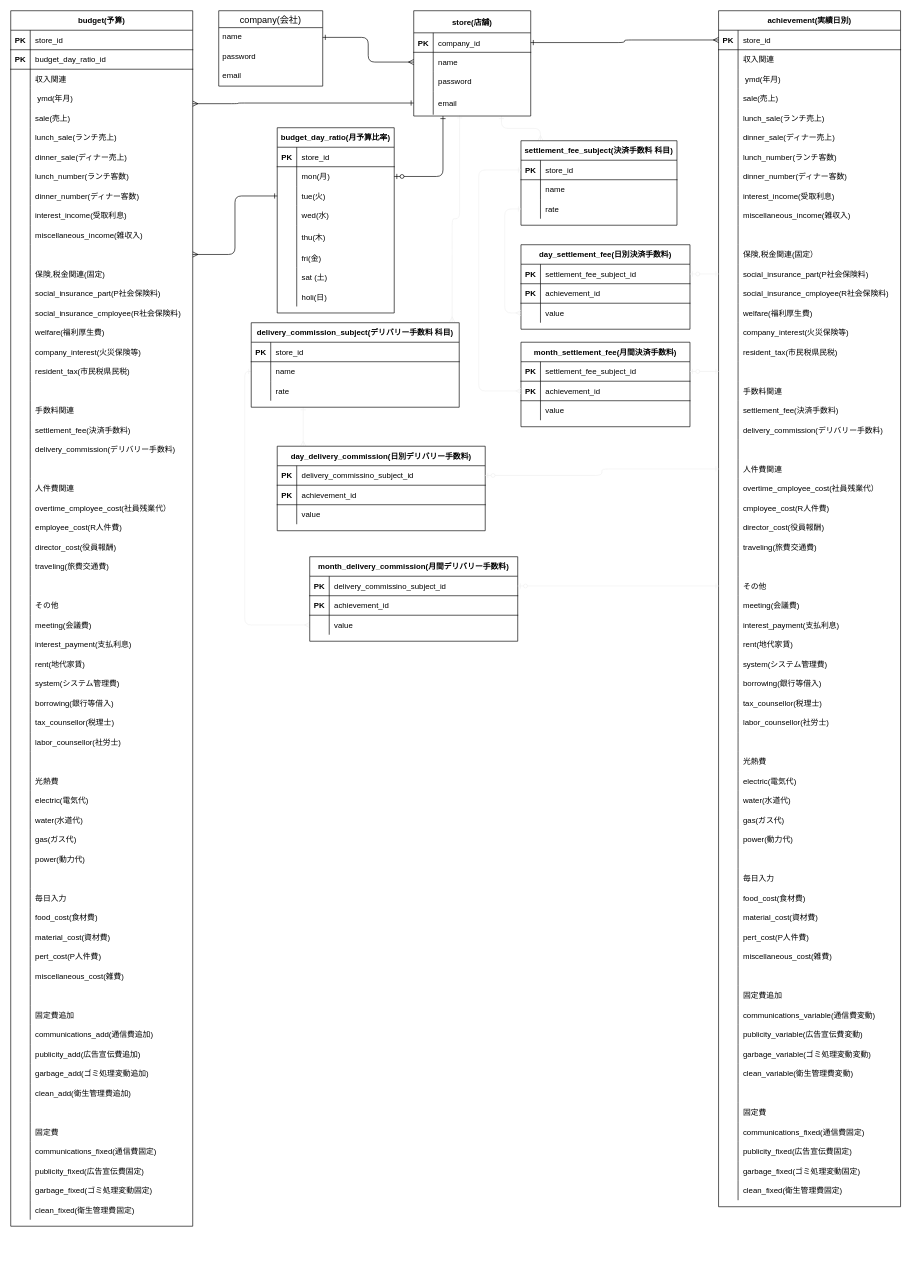
Earlier version of the draw.io diagram ER図.dio (yanagi0306/profit_loss). Source tidied: cells renumbered, new cells numbered last; positions are measured from the earlier drawing's top-left corner, leaving out a move shared by most shapes. Both pictures are drawn from the tidied source at 65%, with x=0, y=0 at pixel (10, 10).
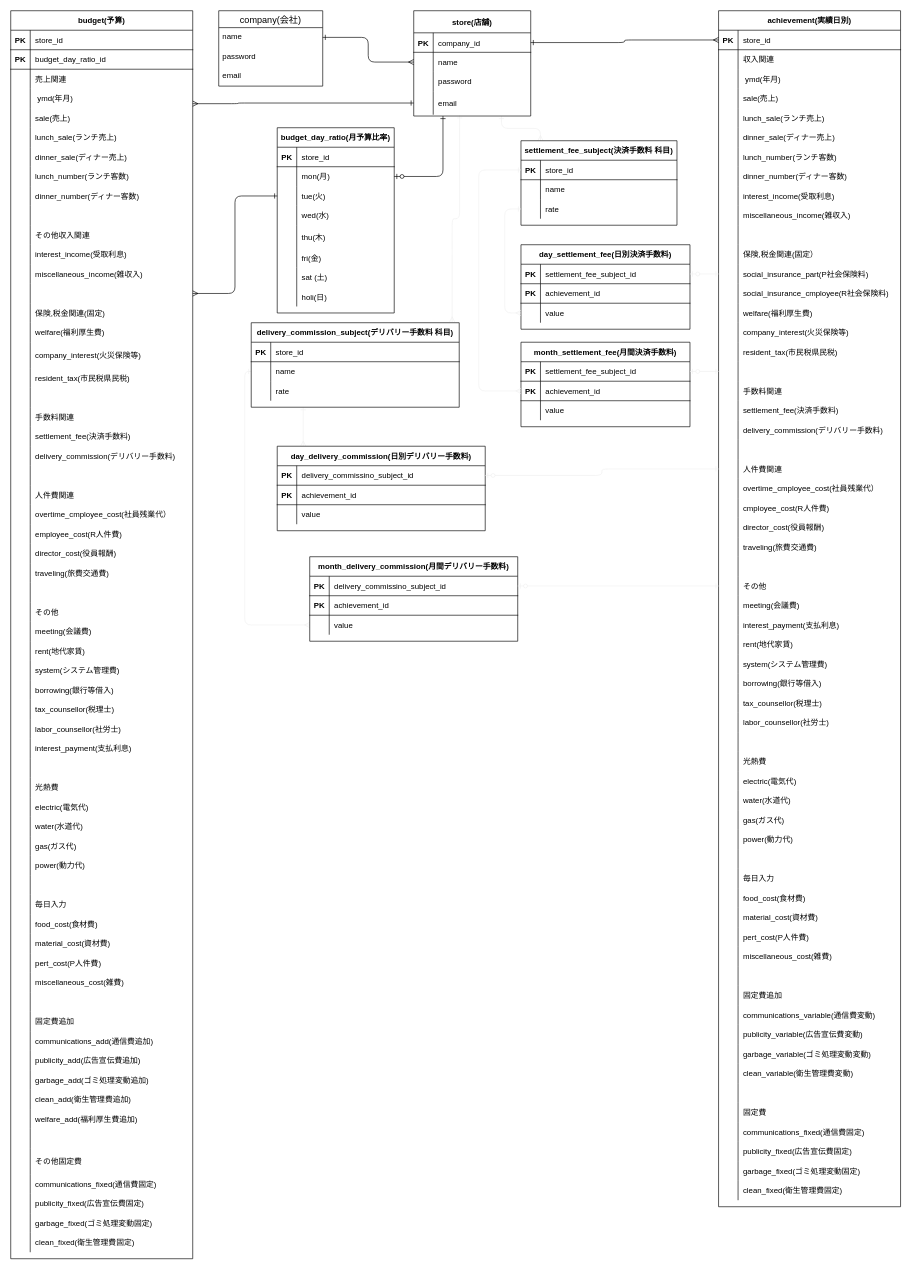
Above is the later version.

Unchanged cells that the change refers to:
```xml
<mxCell id="31" style="shape=partialRectangle;fillColor=none;top=0;left=0;bottom=0;right=0;" parent="24" vertex="1">
  <mxGeometry y="90" width="280" height="30" as="geometry" />
</mxCell>
```

The edit, as a diff of the source:
```diff
@@
     <mxCell id="24" value="budget(予算)" style="shape=table;startSize=30;childLayout=tableLayout;rowLines=0;fontStyle=1;align=center;" parent="1" vertex="1">
-      <mxGeometry width="280" height="1870" as="geometry" />
+      <mxGeometry width="280" height="1920" as="geometry" />
     </mxCell>
@@
-    <mxCell id="33" value="収入関連" style="shape=partialRectangle;fillColor=none;top=0;left=0;bottom=0;right=0;align=left;spacingLeft=6;overflow=hidden;" parent="31" vertex="1">
+    <mxCell id="33" value="売上関連" style="shape=partialRectangle;fillColor=none;top=0;left=0;bottom=0;right=0;align=left;spacingLeft=6;overflow=hidden;" parent="31" vertex="1">
       <mxGeometry x="30" width="250" height="30" as="geometry" />
     </mxCell>
@@
+    <mxCell id="485" style="shape=partialRectangle;fillColor=none;top=0;left=0;bottom=0;right=0;" parent="24" vertex="1">
+      <mxGeometry y="300" width="280" height="30" as="geometry" />
+    </mxCell>
+    <mxCell id="486" style="shape=partialRectangle;fillColor=none;top=0;left=0;bottom=0;right=0;overflow=hidden;" parent="485" vertex="1">
+      <mxGeometry width="30" height="30" as="geometry" />
+    </mxCell>
+    <mxCell id="487" style="shape=partialRectangle;fillColor=none;top=0;left=0;bottom=0;right=0;align=left;spacingLeft=6;overflow=hidden;" parent="485" vertex="1">
+      <mxGeometry x="30" width="250" height="30" as="geometry" />
+    </mxCell>
+    <mxCell id="488" style="shape=partialRectangle;fillColor=none;top=0;left=0;bottom=0;right=0;" parent="24" vertex="1">
+      <mxGeometry y="330" width="280" height="30" as="geometry" />
+    </mxCell>
+    <mxCell id="489" style="shape=partialRectangle;fillColor=none;top=0;left=0;bottom=0;right=0;overflow=hidden;" parent="488" vertex="1">
+      <mxGeometry width="30" height="30" as="geometry" />
+    </mxCell>
+    <mxCell id="490" value="その他収入関連" style="shape=partialRectangle;fillColor=none;top=0;left=0;bottom=0;right=0;align=left;spacingLeft=6;overflow=hidden;" parent="488" vertex="1">
+      <mxGeometry x="30" width="250" height="30" as="geometry" />
+    </mxCell>
     <mxCell id="52" style="shape=partialRectangle;fillColor=none;top=0;left=0;bottom=0;right=0;" parent="24" vertex="1">
-      <mxGeometry y="300" width="280" height="30" as="geometry" />
+      <mxGeometry y="360" width="280" height="30" as="geometry" />
     </mxCell>
@@
     <mxCell id="55" style="shape=partialRectangle;fillColor=none;top=0;left=0;bottom=0;right=0;" parent="24" vertex="1">
-      <mxGeometry y="330" width="280" height="30" as="geometry" />
+      <mxGeometry y="390" width="280" height="30" as="geometry" />
     </mxCell>
@@
     <mxCell id="58" style="shape=partialRectangle;fillColor=none;top=0;left=0;bottom=0;right=0;points=[[0,0.5],[1,0.5]];portConstraint=eastwest;" parent="24" vertex="1">
-      <mxGeometry y="360" width="280" height="30" as="geometry" />
+      <mxGeometry y="420" width="280" height="30" as="geometry" />
     </mxCell>
@@
     <mxCell id="61" style="shape=partialRectangle;fillColor=none;top=0;left=0;bottom=0;right=0;" parent="24" vertex="1">
-      <mxGeometry y="390" width="280" height="30" as="geometry" />
+      <mxGeometry y="450" width="280" height="30" as="geometry" />
     </mxCell>
@@
-    <mxCell id="64" style="shape=partialRectangle;fillColor=none;top=0;left=0;bottom=0;right=0;" parent="24" vertex="1">
-      <mxGeometry y="420" width="280" height="30" as="geometry" />
-    </mxCell>
-    <mxCell id="65" style="shape=partialRectangle;fillColor=none;top=0;left=0;bottom=0;right=0;overflow=hidden;" parent="64" vertex="1">
-      <mxGeometry width="30" height="30" as="geometry" />
-    </mxCell>
-    <mxCell id="66" value="social_insurance_part(P社会保険料)" style="shape=partialRectangle;fillColor=none;top=0;left=0;bottom=0;right=0;align=left;spacingLeft=6;overflow=hidden;" parent="64" vertex="1">
-      <mxGeometry x="30" width="250" height="30" as="geometry" />
-    </mxCell>
-    <mxCell id="67" style="shape=partialRectangle;fillColor=none;top=0;left=0;bottom=0;right=0;" parent="24" vertex="1">
-      <mxGeometry y="450" width="280" height="30" as="geometry" />
-    </mxCell>
-    <mxCell id="68" style="shape=partialRectangle;fillColor=none;top=0;left=0;bottom=0;right=0;overflow=hidden;" parent="67" vertex="1">
-      <mxGeometry width="30" height="30" as="geometry" />
-    </mxCell>
-    <mxCell id="69" value="social_insurance_cmployee(R社会保険料)" style="shape=partialRectangle;fillColor=none;top=0;left=0;bottom=0;right=0;align=left;spacingLeft=6;overflow=hidden;" parent="67" vertex="1">
-      <mxGeometry x="30" width="250" height="30" as="geometry" />
-    </mxCell>
@@
     <mxCell id="73" style="shape=partialRectangle;fillColor=none;top=0;left=0;bottom=0;right=0;" parent="24" vertex="1">
-      <mxGeometry y="510" width="280" height="30" as="geometry" />
+      <mxGeometry y="510" width="280" height="40" as="geometry" />
     </mxCell>
     <mxCell id="74" style="shape=partialRectangle;fillColor=none;top=0;left=0;bottom=0;right=0;overflow=hidden;" parent="73" vertex="1">
-      <mxGeometry width="30" height="30" as="geometry" />
+      <mxGeometry width="30" height="40" as="geometry" />
     </mxCell>
     <mxCell id="75" value="company_interest(火災保険等)" style="shape=partialRectangle;fillColor=none;top=0;left=0;bottom=0;right=0;align=left;spacingLeft=6;overflow=hidden;" parent="73" vertex="1">
-      <mxGeometry x="30" width="250" height="30" as="geometry" />
+      <mxGeometry x="30" width="250" height="40" as="geometry" />
     </mxCell>
     <mxCell id="76" style="shape=partialRectangle;fillColor=none;top=0;left=0;bottom=0;right=0;" parent="24" vertex="1">
-      <mxGeometry y="540" width="280" height="30" as="geometry" />
+      <mxGeometry y="550" width="280" height="30" as="geometry" />
     </mxCell>
@@
     <mxCell id="79" style="shape=partialRectangle;fillColor=none;top=0;left=0;bottom=0;right=0;" parent="24" vertex="1">
-      <mxGeometry y="570" width="280" height="30" as="geometry" />
+      <mxGeometry y="580" width="280" height="30" as="geometry" />
     </mxCell>
@@
     <mxCell id="82" style="shape=partialRectangle;fillColor=none;top=0;left=0;bottom=0;right=0;" parent="24" vertex="1">
-      <mxGeometry y="600" width="280" height="30" as="geometry" />
+      <mxGeometry y="610" width="280" height="30" as="geometry" />
     </mxCell>
@@
     <mxCell id="85" style="shape=partialRectangle;fillColor=none;top=0;left=0;bottom=0;right=0;" parent="24" vertex="1">
-      <mxGeometry y="630" width="280" height="30" as="geometry" />
+      <mxGeometry y="640" width="280" height="30" as="geometry" />
     </mxCell>
@@
     <mxCell id="88" style="shape=partialRectangle;fillColor=none;top=0;left=0;bottom=0;right=0;" parent="24" vertex="1">
-      <mxGeometry y="660" width="280" height="30" as="geometry" />
+      <mxGeometry y="670" width="280" height="30" as="geometry" />
     </mxCell>
@@
     <mxCell id="91" style="shape=partialRectangle;fillColor=none;top=0;left=0;bottom=0;right=0;" parent="24" vertex="1">
-      <mxGeometry y="690" width="280" height="30" as="geometry" />
+      <mxGeometry y="700" width="280" height="30" as="geometry" />
     </mxCell>
@@
     <mxCell id="94" style="shape=partialRectangle;fillColor=none;top=0;left=0;bottom=0;right=0;" parent="24" vertex="1">
-      <mxGeometry y="720" width="280" height="30" as="geometry" />
+      <mxGeometry y="730" width="280" height="30" as="geometry" />
     </mxCell>
@@
     <mxCell id="97" style="shape=partialRectangle;fillColor=none;top=0;left=0;bottom=0;right=0;" parent="24" vertex="1">
-      <mxGeometry y="750" width="280" height="30" as="geometry" />
+      <mxGeometry y="760" width="280" height="30" as="geometry" />
     </mxCell>
@@
     <mxCell id="100" style="shape=partialRectangle;fillColor=none;top=0;left=0;bottom=0;right=0;" parent="24" vertex="1">
-      <mxGeometry y="780" width="280" height="30" as="geometry" />
+      <mxGeometry y="790" width="280" height="30" as="geometry" />
     </mxCell>
@@
     <mxCell id="103" style="shape=partialRectangle;fillColor=none;top=0;left=0;bottom=0;right=0;" parent="24" vertex="1">
-      <mxGeometry y="810" width="280" height="30" as="geometry" />
+      <mxGeometry y="820" width="280" height="30" as="geometry" />
     </mxCell>
@@
     <mxCell id="106" style="shape=partialRectangle;fillColor=none;top=0;left=0;bottom=0;right=0;" parent="24" vertex="1">
-      <mxGeometry y="840" width="280" height="30" as="geometry" />
+      <mxGeometry y="850" width="280" height="30" as="geometry" />
     </mxCell>
@@
     <mxCell id="109" style="shape=partialRectangle;fillColor=none;top=0;left=0;bottom=0;right=0;" parent="24" vertex="1">
-      <mxGeometry y="870" width="280" height="30" as="geometry" />
+      <mxGeometry y="880" width="280" height="30" as="geometry" />
     </mxCell>
@@
     <mxCell id="112" style="shape=partialRectangle;fillColor=none;top=0;left=0;bottom=0;right=0;" parent="24" vertex="1">
-      <mxGeometry y="900" width="280" height="30" as="geometry" />
+      <mxGeometry y="910" width="280" height="30" as="geometry" />
     </mxCell>
@@
     <mxCell id="115" style="shape=partialRectangle;fillColor=none;top=0;left=0;bottom=0;right=0;" parent="24" vertex="1">
-      <mxGeometry y="930" width="280" height="30" as="geometry" />
+      <mxGeometry y="940" width="280" height="30" as="geometry" />
     </mxCell>
@@
-    <mxCell id="118" style="shape=partialRectangle;fillColor=none;top=0;left=0;bottom=0;right=0;" parent="24" vertex="1">
-      <mxGeometry y="960" width="280" height="30" as="geometry" />
-    </mxCell>
-    <mxCell id="119" style="shape=partialRectangle;fillColor=none;top=0;left=0;bottom=0;right=0;overflow=hidden;" parent="118" vertex="1">
-      <mxGeometry width="30" height="30" as="geometry" />
-    </mxCell>
-    <mxCell id="120" value="interest_payment(支払利息)" style="shape=partialRectangle;fillColor=none;top=0;left=0;bottom=0;right=0;align=left;spacingLeft=6;overflow=hidden;" parent="118" vertex="1">
-      <mxGeometry x="30" width="250" height="30" as="geometry" />
-    </mxCell>
     <mxCell id="121" style="shape=partialRectangle;fillColor=none;top=0;left=0;bottom=0;right=0;" parent="24" vertex="1">
-      <mxGeometry y="990" width="280" height="30" as="geometry" />
+      <mxGeometry y="970" width="280" height="30" as="geometry" />
     </mxCell>
@@
     <mxCell id="124" style="shape=partialRectangle;fillColor=none;top=0;left=0;bottom=0;right=0;" parent="24" vertex="1">
-      <mxGeometry y="1020" width="280" height="30" as="geometry" />
+      <mxGeometry y="1000" width="280" height="30" as="geometry" />
     </mxCell>
@@
     <mxCell id="127" style="shape=partialRectangle;fillColor=none;top=0;left=0;bottom=0;right=0;" parent="24" vertex="1">
-      <mxGeometry y="1050" width="280" height="30" as="geometry" />
+      <mxGeometry y="1030" width="280" height="30" as="geometry" />
     </mxCell>
@@
     <mxCell id="130" style="shape=partialRectangle;fillColor=none;top=0;left=0;bottom=0;right=0;" parent="24" vertex="1">
-      <mxGeometry y="1080" width="280" height="30" as="geometry" />
+      <mxGeometry y="1060" width="280" height="30" as="geometry" />
     </mxCell>
@@
+    <mxCell id="491" style="shape=partialRectangle;fillColor=none;top=0;left=0;bottom=0;right=0;" parent="24" vertex="1">
+      <mxGeometry y="1090" width="280" height="30" as="geometry" />
+    </mxCell>
+    <mxCell id="492" style="shape=partialRectangle;fillColor=none;top=0;left=0;bottom=0;right=0;overflow=hidden;" parent="491" vertex="1">
+      <mxGeometry width="30" height="30" as="geometry" />
+    </mxCell>
+    <mxCell id="493" value="labor_counsellor(社労士)" style="shape=partialRectangle;fillColor=none;top=0;left=0;bottom=0;right=0;align=left;spacingLeft=6;overflow=hidden;" parent="491" vertex="1">
+      <mxGeometry x="30" width="250" height="30" as="geometry" />
+    </mxCell>
     <mxCell id="133" style="shape=partialRectangle;fillColor=none;top=0;left=0;bottom=0;right=0;" parent="24" vertex="1">
-      <mxGeometry y="1110" width="280" height="30" as="geometry" />
+      <mxGeometry y="1120" width="280" height="30" as="geometry" />
     </mxCell>
@@
-    <mxCell id="135" value="labor_counsellor(社労士)" style="shape=partialRectangle;fillColor=none;top=0;left=0;bottom=0;right=0;align=left;spacingLeft=6;overflow=hidden;" parent="133" vertex="1">
+    <mxCell id="135" value="interest_payment(支払利息)" style="shape=partialRectangle;fillColor=none;top=0;left=0;bottom=0;right=0;align=left;spacingLeft=6;overflow=hidden;" parent="133" vertex="1">
       <mxGeometry x="30" width="250" height="30" as="geometry" />
     </mxCell>
     <mxCell id="136" style="shape=partialRectangle;fillColor=none;top=0;left=0;bottom=0;right=0;" parent="24" vertex="1">
-      <mxGeometry y="1140" width="280" height="30" as="geometry" />
+      <mxGeometry y="1150" width="280" height="30" as="geometry" />
     </mxCell>
@@
     <mxCell id="139" style="shape=partialRectangle;fillColor=none;top=0;left=0;bottom=0;right=0;" parent="24" vertex="1">
-      <mxGeometry y="1170" width="280" height="30" as="geometry" />
+      <mxGeometry y="1180" width="280" height="30" as="geometry" />
     </mxCell>
@@
     <mxCell id="142" style="shape=partialRectangle;fillColor=none;top=0;left=0;bottom=0;right=0;" parent="24" vertex="1">
-      <mxGeometry y="1200" width="280" height="30" as="geometry" />
+      <mxGeometry y="1210" width="280" height="30" as="geometry" />
     </mxCell>
@@
     <mxCell id="145" style="shape=partialRectangle;fillColor=none;top=0;left=0;bottom=0;right=0;" parent="24" vertex="1">
-      <mxGeometry y="1230" width="280" height="30" as="geometry" />
+      <mxGeometry y="1240" width="280" height="30" as="geometry" />
     </mxCell>
@@
     <mxCell id="148" style="shape=partialRectangle;fillColor=none;top=0;left=0;bottom=0;right=0;" parent="24" vertex="1">
-      <mxGeometry y="1260" width="280" height="30" as="geometry" />
+      <mxGeometry y="1270" width="280" height="30" as="geometry" />
     </mxCell>
@@
     <mxCell id="151" style="shape=partialRectangle;fillColor=none;top=0;left=0;bottom=0;right=0;" parent="24" vertex="1">
-      <mxGeometry y="1290" width="280" height="30" as="geometry" />
+      <mxGeometry y="1300" width="280" height="30" as="geometry" />
     </mxCell>
@@
     <mxCell id="154" style="shape=partialRectangle;fillColor=none;top=0;left=0;bottom=0;right=0;" parent="24" vertex="1">
-      <mxGeometry y="1320" width="280" height="30" as="geometry" />
+      <mxGeometry y="1330" width="280" height="30" as="geometry" />
     </mxCell>
@@
     <mxCell id="157" style="shape=partialRectangle;fillColor=none;top=0;left=0;bottom=0;right=0;" parent="24" vertex="1">
-      <mxGeometry y="1350" width="280" height="30" as="geometry" />
+      <mxGeometry y="1360" width="280" height="30" as="geometry" />
     </mxCell>
@@
     <mxCell id="160" style="shape=partialRectangle;fillColor=none;top=0;left=0;bottom=0;right=0;" parent="24" vertex="1">
-      <mxGeometry y="1380" width="280" height="30" as="geometry" />
+      <mxGeometry y="1390" width="280" height="30" as="geometry" />
     </mxCell>
@@
     <mxCell id="163" style="shape=partialRectangle;fillColor=none;top=0;left=0;bottom=0;right=0;" parent="24" vertex="1">
-      <mxGeometry y="1410" width="280" height="30" as="geometry" />
+      <mxGeometry y="1420" width="280" height="30" as="geometry" />
     </mxCell>
@@
     <mxCell id="166" style="shape=partialRectangle;fillColor=none;top=0;left=0;bottom=0;right=0;" parent="24" vertex="1">
-      <mxGeometry y="1440" width="280" height="30" as="geometry" />
+      <mxGeometry y="1450" width="280" height="30" as="geometry" />
     </mxCell>
@@
     <mxCell id="169" style="shape=partialRectangle;fillColor=none;top=0;left=0;bottom=0;right=0;" parent="24" vertex="1">
-      <mxGeometry y="1470" width="280" height="30" as="geometry" />
+      <mxGeometry y="1480" width="280" height="30" as="geometry" />
     </mxCell>
@@
     <mxCell id="172" style="shape=partialRectangle;fillColor=none;top=0;left=0;bottom=0;right=0;" parent="24" vertex="1">
-      <mxGeometry y="1500" width="280" height="30" as="geometry" />
+      <mxGeometry y="1510" width="280" height="30" as="geometry" />
     </mxCell>
@@
     <mxCell id="175" style="shape=partialRectangle;fillColor=none;top=0;left=0;bottom=0;right=0;" parent="24" vertex="1">
-      <mxGeometry y="1530" width="280" height="30" as="geometry" />
+      <mxGeometry y="1540" width="280" height="30" as="geometry" />
     </mxCell>
@@
     <mxCell id="178" style="shape=partialRectangle;fillColor=none;top=0;left=0;bottom=0;right=0;" parent="24" vertex="1">
-      <mxGeometry y="1560" width="280" height="30" as="geometry" />
+      <mxGeometry y="1570" width="280" height="30" as="geometry" />
     </mxCell>
@@
     <mxCell id="181" style="shape=partialRectangle;fillColor=none;top=0;left=0;bottom=0;right=0;" parent="24" vertex="1">
-      <mxGeometry y="1590" width="280" height="30" as="geometry" />
+      <mxGeometry y="1600" width="280" height="30" as="geometry" />
     </mxCell>
@@
     <mxCell id="184" style="shape=partialRectangle;fillColor=none;top=0;left=0;bottom=0;right=0;" parent="24" vertex="1">
-      <mxGeometry y="1620" width="280" height="30" as="geometry" />
+      <mxGeometry y="1630" width="280" height="30" as="geometry" />
     </mxCell>
@@
+    <mxCell id="494" style="shape=partialRectangle;fillColor=none;top=0;left=0;bottom=0;right=0;" parent="24" vertex="1">
+      <mxGeometry y="1660" width="280" height="30" as="geometry" />
+    </mxCell>
+    <mxCell id="495" style="shape=partialRectangle;fillColor=none;top=0;left=0;bottom=0;right=0;overflow=hidden;" parent="494" vertex="1">
+      <mxGeometry width="30" height="30" as="geometry" />
+    </mxCell>
+    <mxCell id="496" value="clean_add(衛生管理費追加)" style="shape=partialRectangle;fillColor=none;top=0;left=0;bottom=0;right=0;align=left;spacingLeft=6;overflow=hidden;" parent="494" vertex="1">
+      <mxGeometry x="30" width="250" height="30" as="geometry" />
+    </mxCell>
     <mxCell id="187" style="shape=partialRectangle;fillColor=none;top=0;left=0;bottom=0;right=0;" parent="24" vertex="1">
-      <mxGeometry y="1650" width="280" height="30" as="geometry" />
+      <mxGeometry y="1690" width="280" height="30" as="geometry" />
     </mxCell>
@@
-    <mxCell id="189" value="clean_add(衛生管理費追加)" style="shape=partialRectangle;fillColor=none;top=0;left=0;bottom=0;right=0;align=left;spacingLeft=6;overflow=hidden;" parent="187" vertex="1">
+    <mxCell id="189" value="welfare_add(福利厚生費追加)" style="shape=partialRectangle;fillColor=none;top=0;left=0;bottom=0;right=0;align=left;spacingLeft=6;overflow=hidden;" parent="187" vertex="1">
       <mxGeometry x="30" width="250" height="30" as="geometry" />
     </mxCell>
     <mxCell id="190" style="shape=partialRectangle;fillColor=none;top=0;left=0;bottom=0;right=0;" parent="24" vertex="1">
-      <mxGeometry y="1680" width="280" height="30" as="geometry" />
+      <mxGeometry y="1720" width="280" height="30" as="geometry" />
     </mxCell>
@@
     <mxCell id="193" style="shape=partialRectangle;fillColor=none;top=0;left=0;bottom=0;right=0;" parent="24" vertex="1">
-      <mxGeometry y="1710" width="280" height="30" as="geometry" />
+      <mxGeometry y="1750" width="280" height="40" as="geometry" />
     </mxCell>
     <mxCell id="194" style="shape=partialRectangle;fillColor=none;top=0;left=0;bottom=0;right=0;overflow=hidden;" parent="193" vertex="1">
-      <mxGeometry width="30" height="30" as="geometry" />
+      <mxGeometry width="30" height="40" as="geometry" />
     </mxCell>
-    <mxCell id="195" value="固定費" style="shape=partialRectangle;fillColor=none;top=0;left=0;bottom=0;right=0;align=left;spacingLeft=6;overflow=hidden;" parent="193" vertex="1">
-      <mxGeometry x="30" width="250" height="30" as="geometry" />
+    <mxCell id="195" value="その他固定費" style="shape=partialRectangle;fillColor=none;top=0;left=0;bottom=0;right=0;align=left;spacingLeft=6;overflow=hidden;" parent="193" vertex="1">
+      <mxGeometry x="30" width="250" height="40" as="geometry" />
     </mxCell>
     <mxCell id="196" style="shape=partialRectangle;fillColor=none;top=0;left=0;bottom=0;right=0;" parent="24" vertex="1">
-      <mxGeometry y="1740" width="280" height="30" as="geometry" />
+      <mxGeometry y="1790" width="280" height="30" as="geometry" />
     </mxCell>
@@
     <mxCell id="199" style="shape=partialRectangle;fillColor=none;top=0;left=0;bottom=0;right=0;" parent="24" vertex="1">
-      <mxGeometry y="1770" width="280" height="30" as="geometry" />
+      <mxGeometry y="1820" width="280" height="30" as="geometry" />
     </mxCell>
@@
     <mxCell id="202" style="shape=partialRectangle;fillColor=none;top=0;left=0;bottom=0;right=0;" parent="24" vertex="1">
-      <mxGeometry y="1800" width="280" height="30" as="geometry" />
+      <mxGeometry y="1850" width="280" height="30" as="geometry" />
     </mxCell>
@@
     <mxCell id="205" style="shape=partialRectangle;fillColor=none;top=0;left=0;bottom=0;right=0;" parent="24" vertex="1">
-      <mxGeometry y="1830" width="280" height="30" as="geometry" />
+      <mxGeometry y="1880" width="280" height="30" as="geometry" />
     </mxCell>
```
